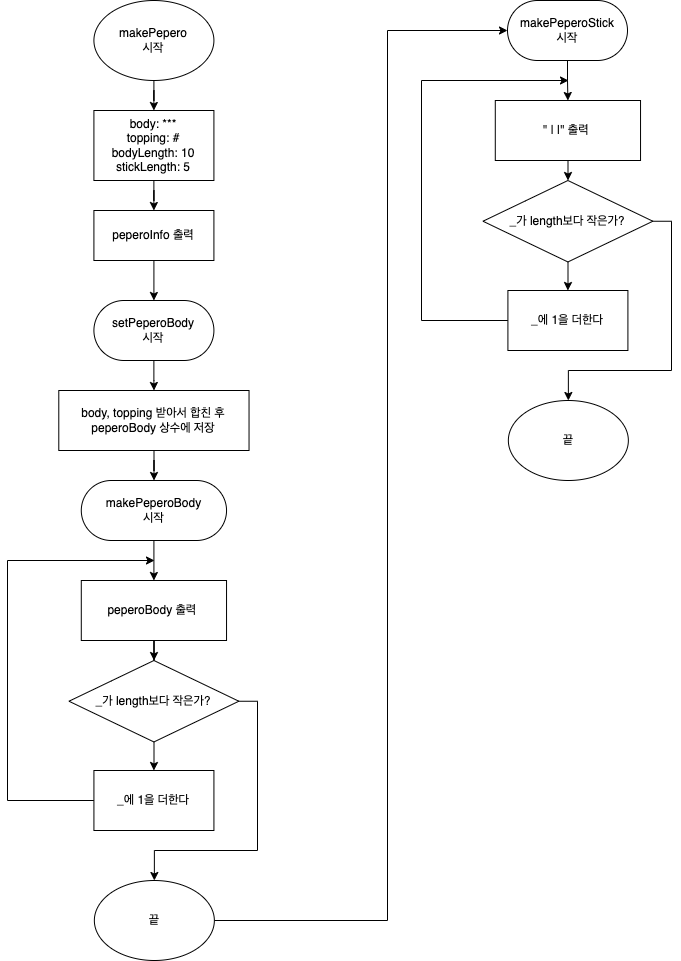
This is PeperoFlowChart.png from yagom-academy/swift-starter-Round1, a draw.io export, as it was before one commit. Source tidied: cells renumbered, new cells last; positions are measured from the earlier drawing's top-left corner, leaving out a move shared by most shapes.
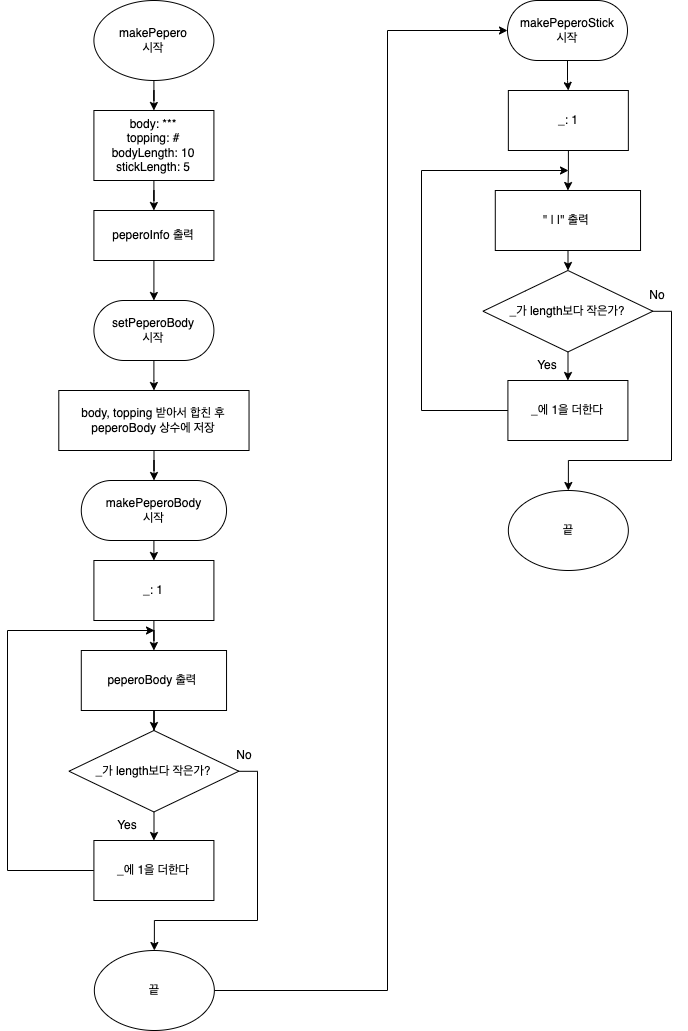
Later version of the same file.

Commit message:
feat: 순서도 배경색 추가

IceCream과 Pepero 순서도에 흰 배경색 추가

The edit, as a diff of the source:
```diff
@@ -1,11 +1,11 @@
-<mxGraphModel>
+<mxGraphModel background="#FFFFFF">
   <root>
     <mxCell id="0" />
     <mxCell id="1" parent="0" />
     <mxCell id="2" style="edgeStyle=orthogonalEdgeStyle;rounded=0;jettySize=auto;html=1;" parent="1" edge="1" source="3" target="6">
       <mxGeometry relative="1" as="geometry" />
     </mxCell>
-    <mxCell id="3" value="makePepero&lt;br&gt;시작" style="ellipse;whiteSpace=wrap;html=1;" parent="1" vertex="1">
+    <mxCell id="3" value="makePepero&lt;br&gt;시작" style="ellipse;whiteSpace=wrap;html=1;fillColor=#FFFFFF;" parent="1" vertex="1">
       <mxGeometry x="86.4" width="120" height="80" as="geometry" />
     </mxCell>
     <mxCell id="4" style="edgeStyle=orthogonalEdgeStyle;rounded=0;orthogonalLoop=1;jettySize=auto;html=1;exitX=0.5;exitY=1;exitDx=0;exitDy=0;" parent="1" edge="1" source="3" target="3">
@@ -35,8 +35,12 @@
     <mxCell id="12" value="body, topping 받아서 합친 후&lt;br&gt;peperoBody 상수에 저장" style="whiteSpace=wrap;html=1;" parent="1" vertex="1">
       <mxGeometry x="51.3" y="390" width="190.2" height="60" as="geometry" />
     </mxCell>
-    <mxCell id="13" style="edgeStyle=orthogonalEdgeStyle;rounded=0;jettySize=auto;html=1;" parent="1" edge="1" source="14" target="16">
-      <mxGeometry relative="1" as="geometry" />
+    <mxCell id="13" style="edgeStyle=orthogonalEdgeStyle;rounded=0;jettySize=auto;html=1;entryX=0.5;entryY=0;entryDx=0;entryDy=0;entryPerimeter=0;" parent="1" edge="1" source="14" target="35">
+      <mxGeometry relative="1" as="geometry">
+        <Array as="points">
+          <mxPoint x="147" y="560" />
+        </Array>
+      </mxGeometry>
     </mxCell>
     <mxCell id="14" value="makePeperoBody&lt;br&gt;시작" style="whiteSpace=wrap;html=1;rounded=1;arcSize=50;" parent="1" vertex="1">
       <mxGeometry x="73.8" y="480" width="145.2" height="60" as="geometry" />
@@ -45,7 +49,7 @@
       <mxGeometry relative="1" as="geometry" />
     </mxCell>
     <mxCell id="16" value="peperoBody 출력&amp;nbsp;" style="whiteSpace=wrap;html=1;rounded=1;arcSize=0;" parent="1" vertex="1">
-      <mxGeometry x="73.8" y="580" width="145.2" height="60" as="geometry" />
+      <mxGeometry x="73.8" y="650" width="145.2" height="60" as="geometry" />
     </mxCell>
     <mxCell id="17" style="edgeStyle=orthogonalEdgeStyle;rounded=0;jettySize=auto;html=1;" parent="1" edge="1" source="19" target="21">
       <mxGeometry relative="1" as="geometry" />
@@ -53,40 +57,40 @@
     <mxCell id="18" style="edgeStyle=orthogonalEdgeStyle;rounded=0;jettySize=auto;html=1;entryX=0.5;entryY=0;entryDx=0;entryDy=0;" parent="1" edge="1" source="19" target="23">
       <mxGeometry relative="1" as="geometry">
         <Array as="points">
-          <mxPoint x="250" y="701" />
-          <mxPoint x="250" y="850" />
-          <mxPoint x="147" y="850" />
+          <mxPoint x="250" y="771" />
+          <mxPoint x="250" y="920" />
+          <mxPoint x="147" y="920" />
         </Array>
       </mxGeometry>
     </mxCell>
     <mxCell id="19" value="_가 length보다 작은가?" style="rhombus;whiteSpace=wrap;html=1;rounded=1;arcSize=0;" parent="1" vertex="1">
-      <mxGeometry x="61.5" y="660" width="169.9" height="81.5" as="geometry" />
+      <mxGeometry x="61.5" y="730" width="169.9" height="81.5" as="geometry" />
     </mxCell>
     <mxCell id="20" style="edgeStyle=orthogonalEdgeStyle;rounded=0;jettySize=auto;html=1;" parent="1" edge="1" source="21">
       <mxGeometry relative="1" as="geometry">
-        <mxPoint x="147" y="560" as="targetPoint" />
+        <mxPoint x="147" y="630" as="targetPoint" />
         <Array as="points">
-          <mxPoint y="800" />
-          <mxPoint y="560" />
-          <mxPoint x="147" y="560" />
+          <mxPoint y="870" />
+          <mxPoint y="630" />
+          <mxPoint x="147" y="630" />
         </Array>
       </mxGeometry>
     </mxCell>
     <mxCell id="21" value="_에 1을 더한다" style="whiteSpace=wrap;html=1;rounded=1;arcSize=0;" parent="1" vertex="1">
-      <mxGeometry x="86.4" y="770" width="120" height="60" as="geometry" />
+      <mxGeometry x="86.4" y="840" width="120" height="60" as="geometry" />
     </mxCell>
-    <mxCell id="22" style="edgeStyle=orthogonalEdgeStyle;rounded=0;jettySize=auto;html=1;" parent="1" edge="1" source="23" target="25">
+    <mxCell id="22" style="edgeStyle=orthogonalEdgeStyle;rounded=0;jettySize=auto;html=1;exitX=1;exitY=0.5;exitDx=0;exitDy=0;" parent="1" edge="1" source="23" target="25">
       <mxGeometry relative="1" as="geometry">
         <Array as="points">
-          <mxPoint x="380" y="920" />
+          <mxPoint x="380" y="990" />
           <mxPoint x="380" y="30" />
         </Array>
       </mxGeometry>
     </mxCell>
     <mxCell id="23" value="끝" style="ellipse;whiteSpace=wrap;html=1;rounded=1;" parent="1" vertex="1">
-      <mxGeometry x="86.8" y="880" width="120" height="80" as="geometry" />
+      <mxGeometry x="86.8" y="950" width="120" height="80" as="geometry" />
     </mxCell>
-    <mxCell id="24" style="edgeStyle=orthogonalEdgeStyle;rounded=0;jettySize=auto;html=1;entryX=0.5;entryY=0;entryDx=0;entryDy=0;" parent="1" edge="1" source="25" target="27">
+    <mxCell id="24" style="edgeStyle=orthogonalEdgeStyle;rounded=0;jettySize=auto;html=1;entryX=0.5;entryY=0;entryDx=0;entryDy=0;" parent="1" edge="1" source="25" target="37">
       <mxGeometry relative="1" as="geometry" />
     </mxCell>
     <mxCell id="25" value="makePeperoStick&lt;br&gt;시작" style="whiteSpace=wrap;html=1;rounded=1;arcSize=50;" parent="1" vertex="1">
@@ -96,7 +100,7 @@
       <mxGeometry relative="1" as="geometry" />
     </mxCell>
     <mxCell id="27" value="&quot; | |&quot; 출력&amp;nbsp;" style="whiteSpace=wrap;html=1;rounded=1;arcSize=0;" parent="1" vertex="1">
-      <mxGeometry x="487.8" y="100" width="145.2" height="60" as="geometry" />
+      <mxGeometry x="487.8" y="190" width="145.2" height="60" as="geometry" />
     </mxCell>
     <mxCell id="28" style="edgeStyle=orthogonalEdgeStyle;rounded=0;jettySize=auto;html=1;" parent="1" edge="1" source="30" target="32">
       <mxGeometry relative="1" as="geometry" />
@@ -104,30 +108,54 @@
     <mxCell id="29" style="edgeStyle=orthogonalEdgeStyle;rounded=0;jettySize=auto;html=1;entryX=0.5;entryY=0;entryDx=0;entryDy=0;" parent="1" edge="1" source="30" target="33">
       <mxGeometry relative="1" as="geometry">
         <Array as="points">
-          <mxPoint x="664" y="221" />
-          <mxPoint x="664" y="370" />
-          <mxPoint x="561" y="370" />
+          <mxPoint x="664" y="311" />
+          <mxPoint x="664" y="460" />
+          <mxPoint x="561" y="460" />
         </Array>
       </mxGeometry>
     </mxCell>
     <mxCell id="30" value="_가 length보다 작은가?" style="rhombus;whiteSpace=wrap;html=1;rounded=1;arcSize=0;" parent="1" vertex="1">
-      <mxGeometry x="475.5" y="180" width="169.9" height="81.5" as="geometry" />
+      <mxGeometry x="475.5" y="270" width="169.9" height="81.5" as="geometry" />
     </mxCell>
     <mxCell id="31" style="edgeStyle=orthogonalEdgeStyle;rounded=0;jettySize=auto;html=1;" parent="1" edge="1" source="32">
       <mxGeometry relative="1" as="geometry">
-        <mxPoint x="561" y="80" as="targetPoint" />
+        <mxPoint x="561" y="170" as="targetPoint" />
         <Array as="points">
-          <mxPoint x="414" y="320" />
-          <mxPoint x="414" y="80" />
-          <mxPoint x="561" y="80" />
+          <mxPoint x="414" y="410" />
+          <mxPoint x="414" y="170" />
+          <mxPoint x="561" y="170" />
         </Array>
       </mxGeometry>
     </mxCell>
     <mxCell id="32" value="_에 1을 더한다" style="whiteSpace=wrap;html=1;rounded=1;arcSize=0;" parent="1" vertex="1">
-      <mxGeometry x="500.4" y="290" width="120" height="60" as="geometry" />
+      <mxGeometry x="500.4" y="380" width="120" height="60" as="geometry" />
     </mxCell>
     <mxCell id="33" value="끝" style="ellipse;whiteSpace=wrap;html=1;rounded=1;" parent="1" vertex="1">
-      <mxGeometry x="500.9" y="400" width="120" height="80" as="geometry" />
+      <mxGeometry x="500.9" y="490" width="120" height="80" as="geometry" />
     </mxCell>
+    <mxCell id="34" style="edgeStyle=orthogonalEdgeStyle;rounded=0;jettySize=auto;html=1;entryX=0.5;entryY=0;entryDx=0;entryDy=0;" parent="1" edge="1" source="35" target="16">
+      <mxGeometry relative="1" as="geometry" />
+    </mxCell>
+    <mxCell id="35" value="_: 1" style="rounded=0;whiteSpace=wrap;html=1;" parent="1" vertex="1">
+      <mxGeometry x="86.4" y="560" width="120" height="60" as="geometry" />
+    </mxCell>
+    <mxCell id="36" style="edgeStyle=orthogonalEdgeStyle;rounded=0;jettySize=auto;html=1;entryX=0.5;entryY=0;entryDx=0;entryDy=0;" parent="1" edge="1" source="37" target="27">
+      <mxGeometry relative="1" as="geometry" />
+    </mxCell>
+    <mxCell id="37" value="_: 1" style="rounded=0;whiteSpace=wrap;html=1;" parent="1" vertex="1">
+      <mxGeometry x="500.9" y="90" width="120" height="60" as="geometry" />
+    </mxCell>
+    <mxCell id="38" value="Yes" style="text;html=1;strokeColor=none;fillColor=none;align=center;verticalAlign=middle;whiteSpace=wrap;rounded=0;" parent="1" vertex="1">
+      <mxGeometry x="510" y="350" width="60" height="30" as="geometry" />
+    </mxCell>
+    <mxCell id="39" value="Yes" style="text;html=1;strokeColor=none;fillColor=none;align=center;verticalAlign=middle;whiteSpace=wrap;rounded=0;" parent="1" vertex="1">
+      <mxGeometry x="90" y="810" width="60" height="30" as="geometry" />
+    </mxCell>
+    <mxCell id="40" value="No" style="text;html=1;strokeColor=none;fillColor=none;align=center;verticalAlign=middle;whiteSpace=wrap;rounded=0;" parent="1" vertex="1">
+      <mxGeometry x="620" y="280" width="60" height="30" as="geometry" />
+    </mxCell>
+    <mxCell id="41" value="No" style="text;html=1;strokeColor=none;fillColor=none;align=center;verticalAlign=middle;whiteSpace=wrap;rounded=0;" parent="1" vertex="1">
+      <mxGeometry x="206.9" y="740" width="60" height="30" as="geometry" />
+    </mxCell>
   </root>
 </mxGraphModel>
```
